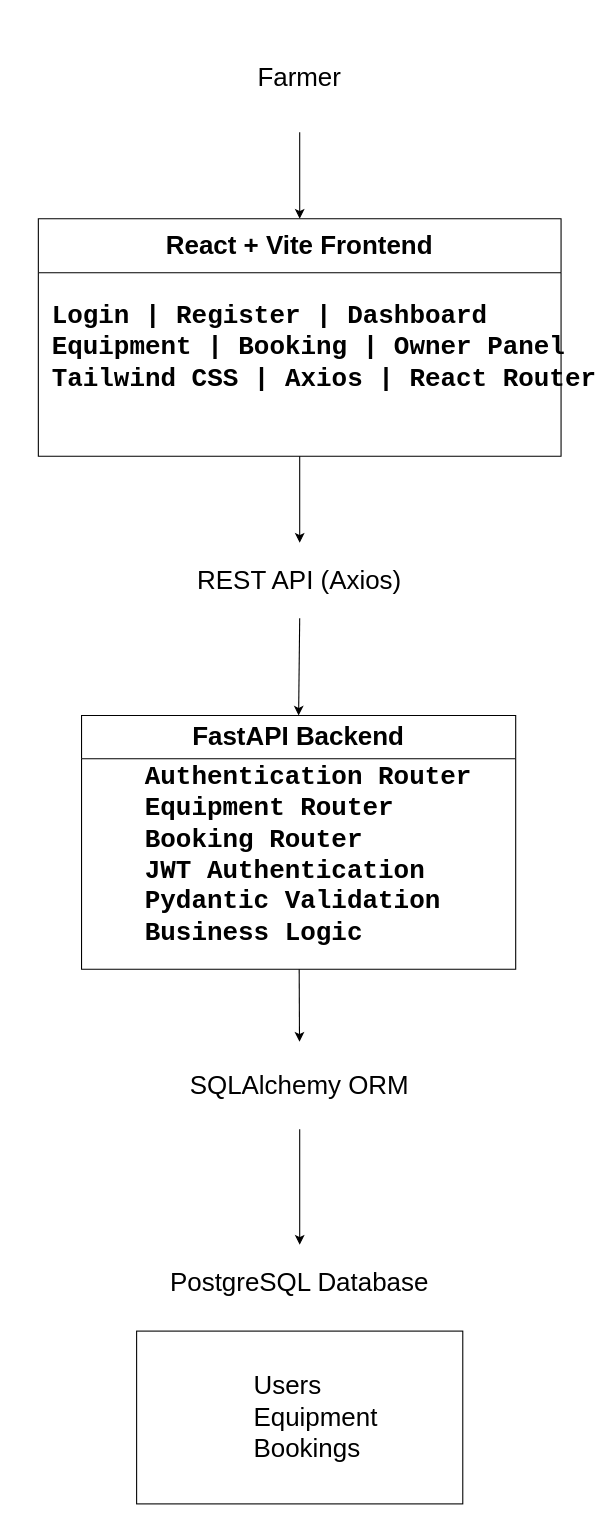
The draw.io diagram docs/diagrams/Class_Diagram.drawio in harisshchathriya/agrirent-ai, before the edit. Source tidied: cells renumbered, new cells numbered last; positions are measured from the earlier drawing's top-left corner, leaving out a move shared by most shapes. Both pictures are drawn from the tidied source at 108%, with x=0, y=0 at pixel (18, 24).
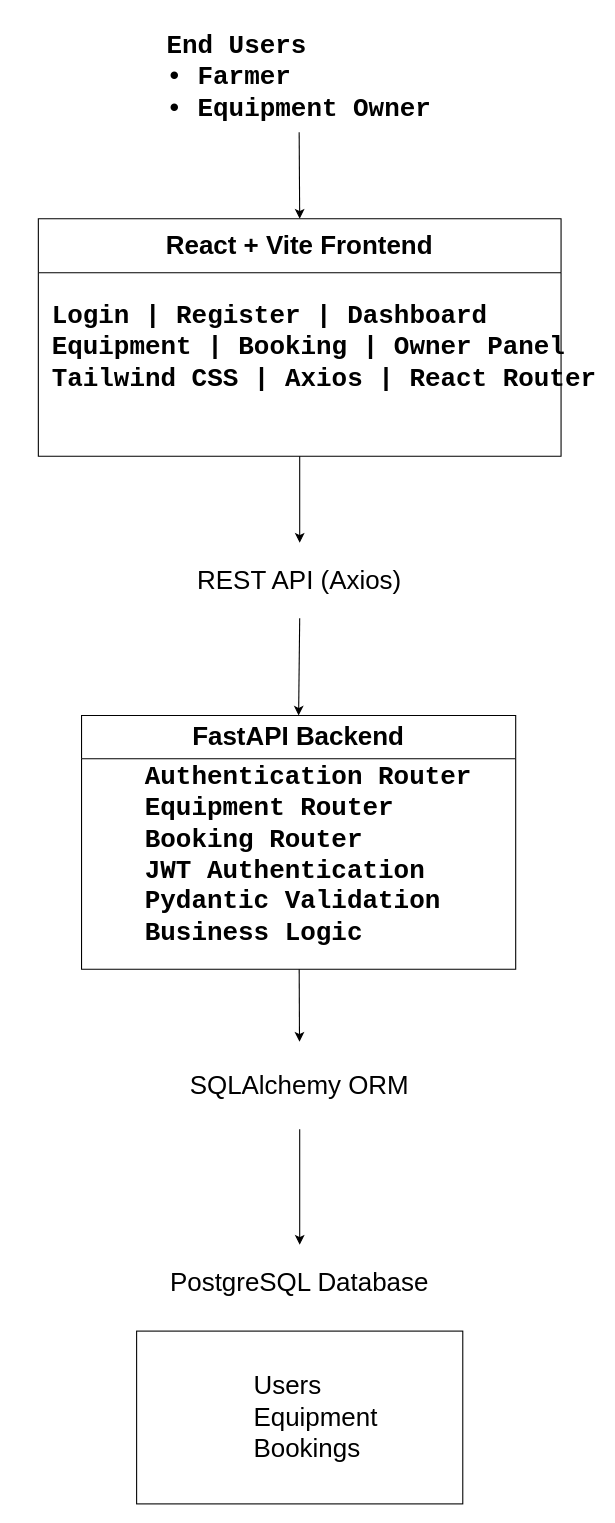
The same diagram, later.

The edit, as a diff of the source:
```diff
@@
 <mxGraphModel>
   <root>
     <mxCell id="0" />
     <mxCell id="1" parent="0" />
-    <mxCell id="2" value="&lt;font style=&quot;font-size: 24px;&quot;&gt;Farmer &lt;/font&gt;" style="text;html=1;align=center;verticalAlign=middle;whiteSpace=wrap;rounded=0;" parent="1" vertex="1">
-      <mxGeometry x="195" width="130" height="100" as="geometry" />
+    <mxCell id="2" value="&lt;pre style=&quot;text-align: left;&quot;&gt;&lt;font style=&quot;font-size: 24px;&quot;&gt;&lt;b style=&quot;&quot;&gt;End Users&lt;br&gt;&lt;/b&gt;&lt;b&gt;• Farmer&lt;br&gt;&lt;/b&gt;&lt;b style=&quot;&quot;&gt;• Equipment Owner&lt;/b&gt;&lt;/font&gt;&lt;/pre&gt;" style="text;html=1;align=center;verticalAlign=middle;whiteSpace=wrap;rounded=0;" parent="1" vertex="1">
+      <mxGeometry x="101" width="317" height="100" as="geometry" />
     </mxCell>
     <mxCell id="3" style="edgeStyle=none;html=1;exitX=0.5;exitY=1;exitDx=0;exitDy=0;entryX=0.5;entryY=0;entryDx=0;entryDy=0;" parent="1" edge="1" source="2" target="5">
       <mxGeometry relative="1" as="geometry" />
     </mxCell>
     <mxCell id="4" style="edgeStyle=none;html=1;" parent="1" edge="1" source="5" target="7">
       <mxGeometry relative="1" as="geometry" />
     </mxCell>
     <mxCell id="5" value="&lt;font style=&quot;font-size: 24px;&quot;&gt; React + Vite Frontend  &lt;/font&gt;" style="swimlane;whiteSpace=wrap;html=1;startSize=50;" parent="1" vertex="1">
       <mxGeometry x="18" y="180" width="484" height="220" as="geometry" />
     </mxCell>
     <mxCell id="6" value="&lt;pre&gt;&lt;b&gt;&lt;font style=&quot;font-size: 24px;&quot;&gt;  Login | Register | Dashboard &lt;br&gt;&lt;/font&gt;&lt;font style=&quot;font-size: 24px;&quot;&gt;  Equipment | Booking | Owner Panel &lt;br&gt;&lt;/font&gt;&lt;font style=&quot;font-size: 24px;&quot;&gt;  Tailwind CSS | Axios | React Router&lt;/font&gt;&lt;/b&gt;&lt;/pre&gt;" style="text;html=1;align=left;verticalAlign=middle;strokeColor=none;fillColor=none;" parent="5" vertex="1">
       <mxGeometry x="-18" y="60" width="510" height="120" as="geometry" />
     </mxCell>
     <mxCell id="7" value="&lt;font style=&quot;font-size: 24px;&quot;&gt;REST API (Axios)&lt;/font&gt;" style="text;html=1;align=center;verticalAlign=middle;whiteSpace=wrap;rounded=0;" parent="1" vertex="1">
       <mxGeometry x="160" y="480" width="200" height="70" as="geometry" />
     </mxCell>
     <mxCell id="8" value="&lt;font style=&quot;font-size: 24px;&quot;&gt;SQLAlchemy ORM&lt;/font&gt;" style="text;html=1;align=center;verticalAlign=middle;whiteSpace=wrap;rounded=0;" parent="1" vertex="1">
       <mxGeometry x="152" y="942" width="216" height="81" as="geometry" />
     </mxCell>
     <mxCell id="9" style="edgeStyle=none;html=1;exitX=0.5;exitY=1;exitDx=0;exitDy=0;entryX=0.5;entryY=0;entryDx=0;entryDy=0;" parent="1" edge="1" source="7" target="11">
       <mxGeometry relative="1" as="geometry" />
     </mxCell>
     <mxCell id="10" style="edgeStyle=none;html=1;" parent="1" edge="1" source="11" target="8">
       <mxGeometry relative="1" as="geometry" />
     </mxCell>
     <mxCell id="11" value="&lt;font style=&quot;font-size: 24px;&quot;&gt;FastAPI Backend   &lt;/font&gt;" style="swimlane;whiteSpace=wrap;html=1;startSize=40;" parent="1" vertex="1">
       <mxGeometry x="58" y="640" width="402" height="235" as="geometry" />
     </mxCell>
     <mxCell id="12" value="&lt;pre&gt;&lt;font style=&quot;font-size: 24px;&quot;&gt;&lt;font style=&quot;&quot;&gt;&lt;b style=&quot;&quot;&gt;&lt;font style=&quot;&quot;&gt;Authentication Router&lt;br&gt;&lt;/font&gt;&lt;/b&gt;&lt;/font&gt;&lt;font style=&quot;&quot;&gt;&lt;b&gt;Equipment Router&lt;br&gt;&lt;/b&gt;&lt;/font&gt;&lt;font style=&quot;&quot;&gt;&lt;b&gt;Booking Router&lt;br&gt;&lt;/b&gt;&lt;/font&gt;&lt;font style=&quot;&quot;&gt;&lt;b&gt;JWT Authentication&lt;br&gt;&lt;/b&gt;&lt;/font&gt;&lt;font style=&quot;&quot;&gt;&lt;b&gt;Pydantic Validation&lt;br&gt;&lt;/b&gt;&lt;/font&gt;&lt;font style=&quot;&quot;&gt;&lt;b style=&quot;&quot;&gt;Business Logic&lt;/b&gt;&lt;/font&gt;&lt;/font&gt;&lt;/pre&gt;" style="text;html=1;align=left;verticalAlign=middle;strokeColor=none;fillColor=none;" parent="11" vertex="1">
       <mxGeometry x="57" y="25" width="300" height="210" as="geometry" />
     </mxCell>
     <mxCell id="13" style="edgeStyle=none;html=1;entryX=0.5;entryY=0;entryDx=0;entryDy=0;exitX=0.5;exitY=1;exitDx=0;exitDy=0;" parent="1" edge="1" source="8" target="14">
       <mxGeometry relative="1" as="geometry" />
     </mxCell>
     <mxCell id="14" value="&lt;font style=&quot;font-size: 24px;&quot;&gt;PostgreSQL Database&lt;/font&gt;" style="text;html=1;align=center;verticalAlign=middle;whiteSpace=wrap;rounded=0;" parent="1" vertex="1">
       <mxGeometry x="60" y="1130" width="400" height="70" as="geometry" />
     </mxCell>
     <mxCell id="15" value="&lt;font style=&quot;font-size: 24px;&quot;&gt;&lt;span style=&quot;white-space: pre;&quot;&gt;&#9;&lt;span style=&quot;white-space: pre;&quot;&gt;&#9;&lt;/span&gt;&lt;/span&gt;Users&lt;br&gt;&lt;span style=&quot;white-space: pre;&quot;&gt;&#9;&lt;/span&gt;&lt;span style=&quot;white-space: pre;&quot;&gt;&#9;&lt;/span&gt;Equipment&amp;nbsp;&lt;/font&gt;&lt;div&gt;&lt;font style=&quot;font-size: 24px;&quot;&gt;&lt;span style=&quot;white-space: pre;&quot;&gt;&#9;&lt;/span&gt;&lt;span style=&quot;white-space: pre;&quot;&gt;&#9;&lt;/span&gt;Bookings                &amp;nbsp;&amp;nbsp;&lt;/font&gt;&lt;/div&gt;" style="rounded=0;whiteSpace=wrap;html=1;align=left;" parent="1" vertex="1">
       <mxGeometry x="109" y="1210" width="302" height="160" as="geometry" />
     </mxCell>
   </root>
 </mxGraphModel>
```
